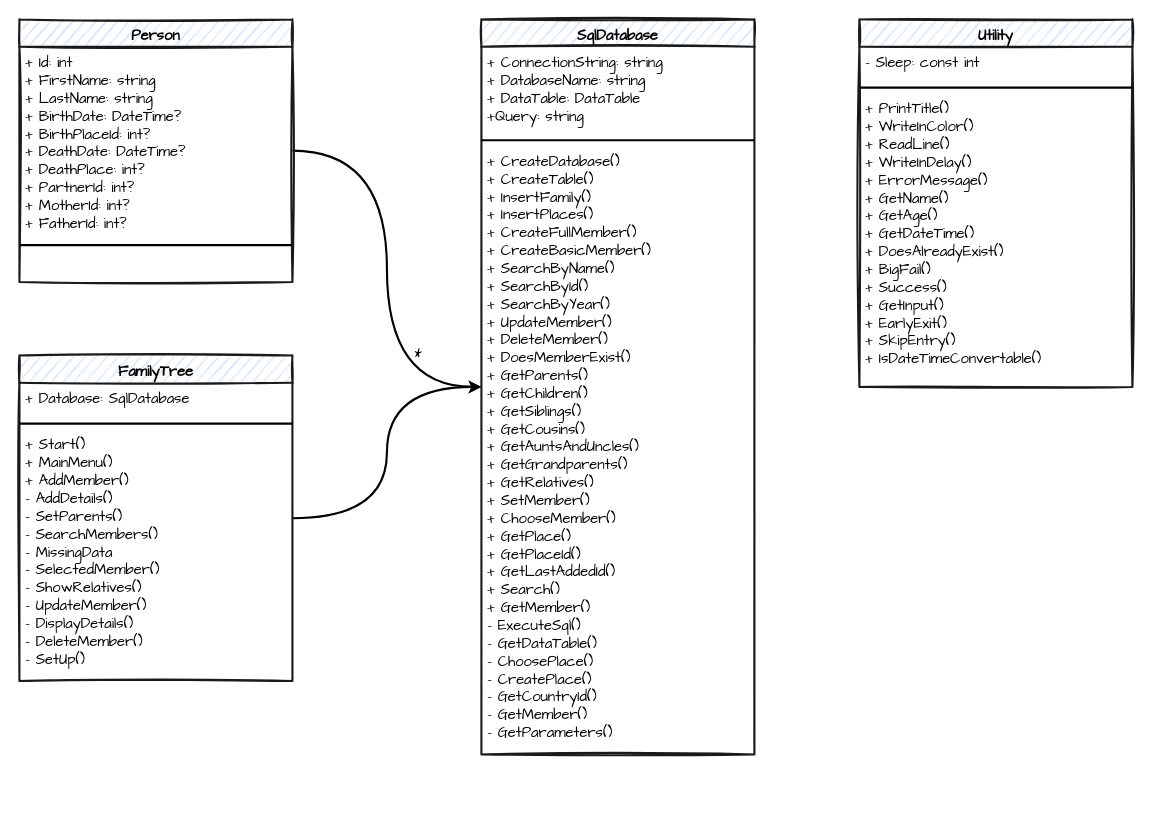
Earlier version of the draw.io diagram ClassDiagram.drawio (Daudi88/Genealogy). Source tidied: cells renumbered, new cells numbered last; positions are measured from the earlier drawing's top-left corner, leaving out a move shared by most shapes. Both pictures are drawn from the tidied source at 105%, with x=0, y=0 at pixel (19, 19).
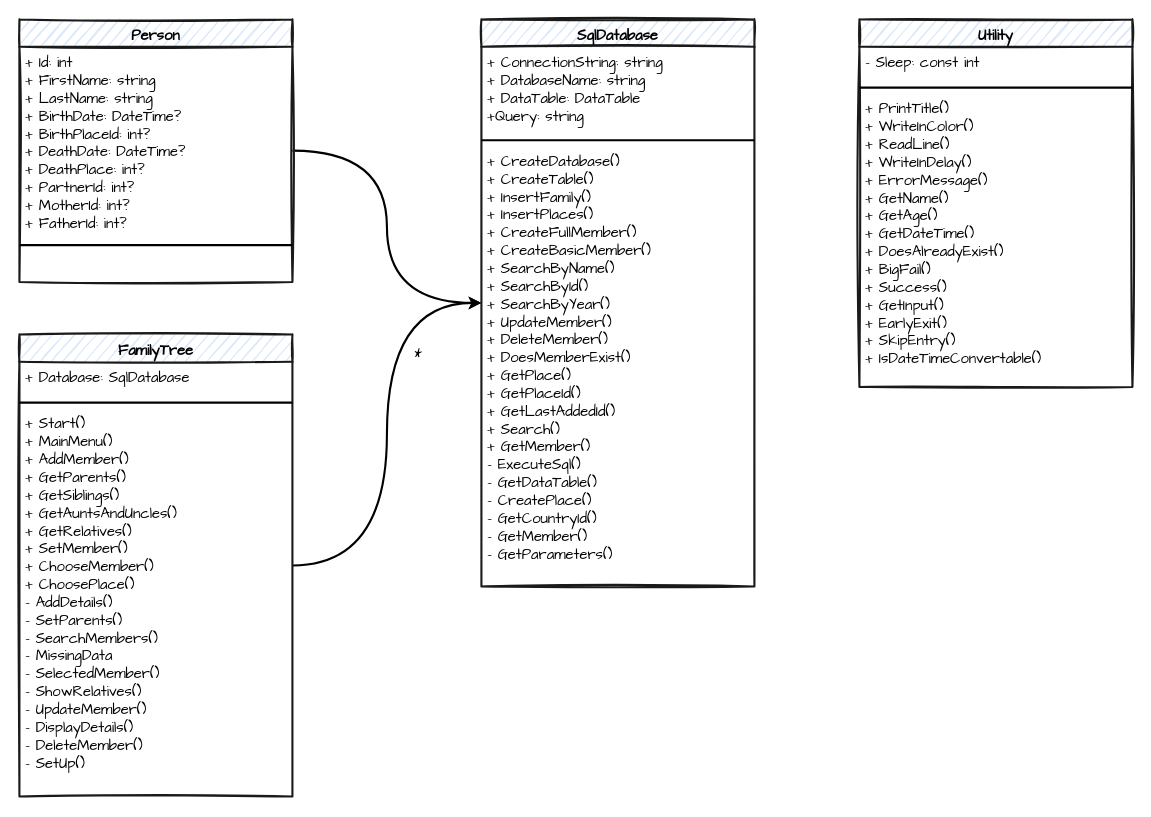
Above is the later version.

Change to the diagram source:
```diff
@@
     <mxCell id="7" value="SqlDatabase" style="swimlane;fontStyle=1;align=center;verticalAlign=top;horizontal=1;startSize=26;strokeWidth=2;fillColor=#dae8fc;strokeColor=#1A1A1A;rounded=0;sketch=1;fontFamily=Comic Sans MS;fontSize=14;" parent="1" vertex="1">
-      <mxGeometry x="440" width="260" height="700" as="geometry" />
+      <mxGeometry x="440" width="260" height="540" as="geometry" />
     </mxCell>
@@
-    <mxCell id="10" value="+ CreateDatabase()&#10;+ CreateTable()&#10;+ InsertFamily()&#10;+ InsertPlaces()&#10;+ CreateFullMember()&#10;+ CreateBasicMember()&#10;+ SearchByName()&#10;+ SearchById()&#10;+ SearchByYear()&#10;+ UpdateMember()&#10;+ DeleteMember()&#10;+ DoesMemberExist()&#10;+ GetParents()&#10;+ GetChildren()&#10;+ GetSiblings()&#10;+ GetCousins()&#10;+ GetAuntsAndUncles()&#10;+ GetGrandparents()&#10;+ GetRelatives()&#10;+ SetMember()&#10;+ ChooseMember()&#10;+ GetPlace()&#10;+ GetPlaceId()&#10;+ GetLastAddedId()&#10;+ Search()&#10;+ GetMember()&#10;- ExecuteSql()&#10;- GetDataTable()&#10;- ChoosePlace()&#10;- CreatePlace()&#10;- GetCountryId()&#10;- GetMember()&#10;- GetParameters()&#10;" style="text;strokeColor=none;fillColor=none;align=left;verticalAlign=top;spacingLeft=4;spacingRight=4;overflow=hidden;strokeWidth=2;fontFamily=Comic Sans MS;fontSize=14;" parent="7" vertex="1">
-      <mxGeometry y="120" width="260" height="580" as="geometry" />
+    <mxCell id="10" value="+ CreateDatabase()&#10;+ CreateTable()&#10;+ InsertFamily()&#10;+ InsertPlaces()&#10;+ CreateFullMember()&#10;+ CreateBasicMember()&#10;+ SearchByName()&#10;+ SearchById()&#10;+ SearchByYear()&#10;+ UpdateMember()&#10;+ DeleteMember()&#10;+ DoesMemberExist()&#10;+ GetPlace()&#10;+ GetPlaceId()&#10;+ GetLastAddedId()&#10;+ Search()&#10;+ GetMember()&#10;- ExecuteSql()&#10;- GetDataTable()&#10;- CreatePlace()&#10;- GetCountryId()&#10;- GetMember()&#10;- GetParameters()&#10;" style="text;strokeColor=none;fillColor=none;align=left;verticalAlign=top;spacingLeft=4;spacingRight=4;overflow=hidden;strokeWidth=2;fontFamily=Comic Sans MS;fontSize=14;" parent="7" vertex="1">
+      <mxGeometry y="120" width="260" height="420" as="geometry" />
     </mxCell>
@@
     <mxCell id="12" value="FamilyTree" style="swimlane;fontStyle=1;align=center;verticalAlign=top;horizontal=1;startSize=26;strokeWidth=2;fillColor=#dae8fc;strokeColor=#1A1A1A;sketch=1;swimlaneLine=1;glass=0;shadow=0;rounded=0;fontFamily=Comic Sans MS;fontSize=14;" parent="1" vertex="1">
-      <mxGeometry y="320" width="260" height="310" as="geometry" />
+      <mxGeometry y="300" width="260" height="440" as="geometry" />
     </mxCell>
@@
-    <mxCell id="15" value="+ Start()&#10;+ MainMenu()&#10;+ AddMember()&#10;- AddDetails()&#10;- SetParents()&#10;- SearchMembers()&#10;- MissingData&#10;- SelectedMember()&#10;- ShowRelatives()&#10;- UpdateMember()&#10;- DisplayDetails()&#10;- DeleteMember()&#10;- SetUp()&#10;" style="text;strokeColor=none;fillColor=none;align=left;verticalAlign=top;spacingLeft=4;spacingRight=4;overflow=hidden;strokeWidth=2;fontFamily=Comic Sans MS;fontSize=14;" parent="12" vertex="1">
-      <mxGeometry y="70" width="260" height="240" as="geometry" />
+    <mxCell id="15" value="+ Start()&#10;+ MainMenu()&#10;+ AddMember()&#10;+ GetParents()&#10;+ GetSiblings()&#10;+ GetAuntsAndUncles()&#10;+ GetRelatives()&#10;+ SetMember()&#10;+ ChooseMember()&#10;+ ChoosePlace()&#10;- AddDetails()&#10;- SetParents()&#10;- SearchMembers()&#10;- MissingData&#10;- SelectedMember()&#10;- ShowRelatives()&#10;- UpdateMember()&#10;- DisplayDetails()&#10;- DeleteMember()&#10;- SetUp()&#10;" style="text;strokeColor=none;fillColor=none;align=left;verticalAlign=top;spacingLeft=4;spacingRight=4;overflow=hidden;strokeWidth=2;fontFamily=Comic Sans MS;fontSize=14;" parent="12" vertex="1">
+      <mxGeometry y="70" width="260" height="370" as="geometry" />
     </mxCell>
```
